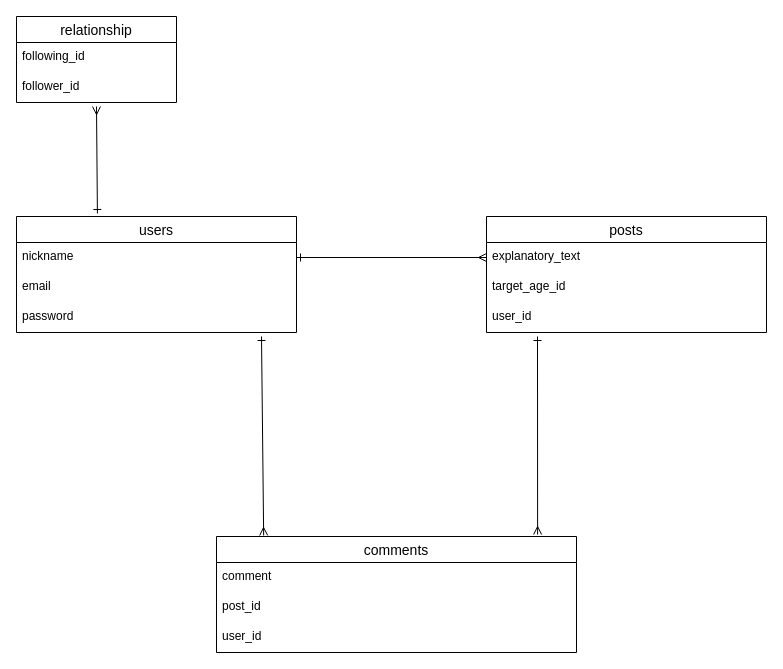
Above: original-39671.dio in tomoya0827/original-39671 (draw.io), before the change. Source tidied: cells renumbered, new cells numbered last; positions are measured from the earlier drawing's top-left corner, leaving out a move shared by most shapes. Both pictures are drawn from the tidied source at 100%, with x=0, y=0 at pixel (16, 16).
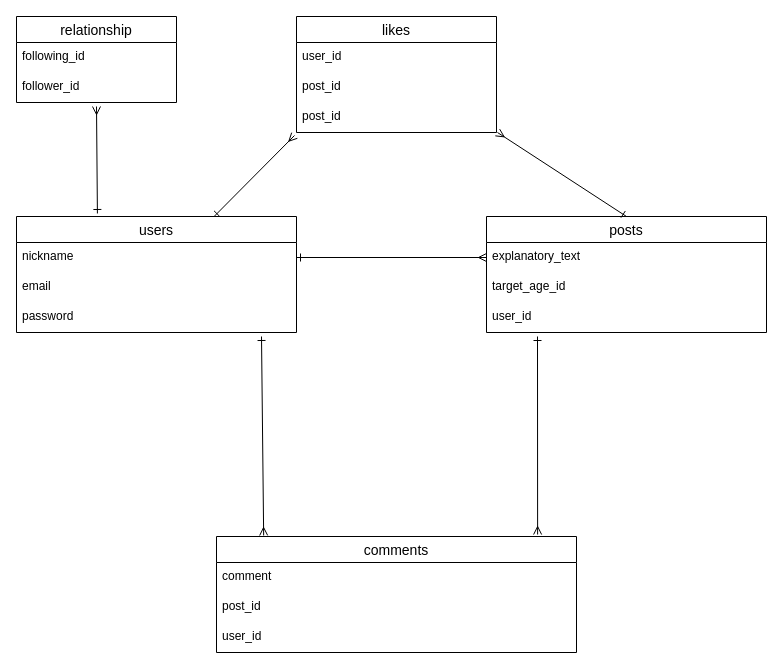
The same page after the edit.

Commit message (it also covers changes not shown here):
ER図、テーブル設計追加

Unchanged cells that the change refers to:
```xml
<mxCell id="2" value="users" style="swimlane;fontStyle=0;horizontal=1;startSize=26;align=center;fontSize=14;" parent="1" vertex="1">
  <mxGeometry y="200" width="280" height="116" as="geometry" />
</mxCell>
<mxCell id="6" value="posts" style="swimlane;fontStyle=0;horizontal=1;startSize=26;align=center;fontSize=14;" parent="1" vertex="1">
  <mxGeometry x="470" y="200" width="280" height="116" as="geometry" />
</mxCell>
```

What changed in the source:
```diff
@@
+    <mxCell id="21" value="likes" style="swimlane;fontStyle=0;horizontal=1;startSize=26;align=center;fontSize=14;" parent="1" vertex="1">
+      <mxGeometry x="280" width="200" height="116" as="geometry" />
+    </mxCell>
+    <mxCell id="22" value="user_id" style="text;strokeColor=none;fillColor=none;spacingLeft=4;spacingRight=4;overflow=hidden;fontSize=12;" parent="21" vertex="1">
+      <mxGeometry y="26" width="200" height="30" as="geometry" />
+    </mxCell>
+    <mxCell id="23" value="post_id" style="text;strokeColor=none;fillColor=none;spacingLeft=4;spacingRight=4;overflow=hidden;fontSize=12;" parent="21" vertex="1">
+      <mxGeometry y="56" width="200" height="30" as="geometry" />
+    </mxCell>
+    <mxCell id="24" value="post_id" style="text;strokeColor=none;fillColor=none;spacingLeft=4;spacingRight=4;overflow=hidden;points=[[0,0.5],[1,0.5]];portConstraint=eastwest;fontSize=12;" parent="21" vertex="1">
+      <mxGeometry y="86" width="200" height="30" as="geometry" />
+    </mxCell>
+    <mxCell id="25" style="endArrow=ERone;html=1;rounded=0;startArrow=ERmany;startFill=0;endFill=0;exitX=-0.01;exitY=1.1;exitDx=0;exitDy=0;exitPerimeter=0;" parent="1" edge="1" source="24" target="2">
+      <mxGeometry relative="1" as="geometry" />
+    </mxCell>
+    <mxCell id="26" style="endArrow=ERone;html=1;rounded=0;entryX=0.5;entryY=0;entryDx=0;entryDy=0;exitX=1.005;exitY=1;exitDx=0;exitDy=0;exitPerimeter=0;align=right;startArrow=ERmany;startFill=0;endFill=0;" parent="1" edge="1" source="24" target="6">
+      <mxGeometry relative="1" as="geometry" />
+    </mxCell>
```
